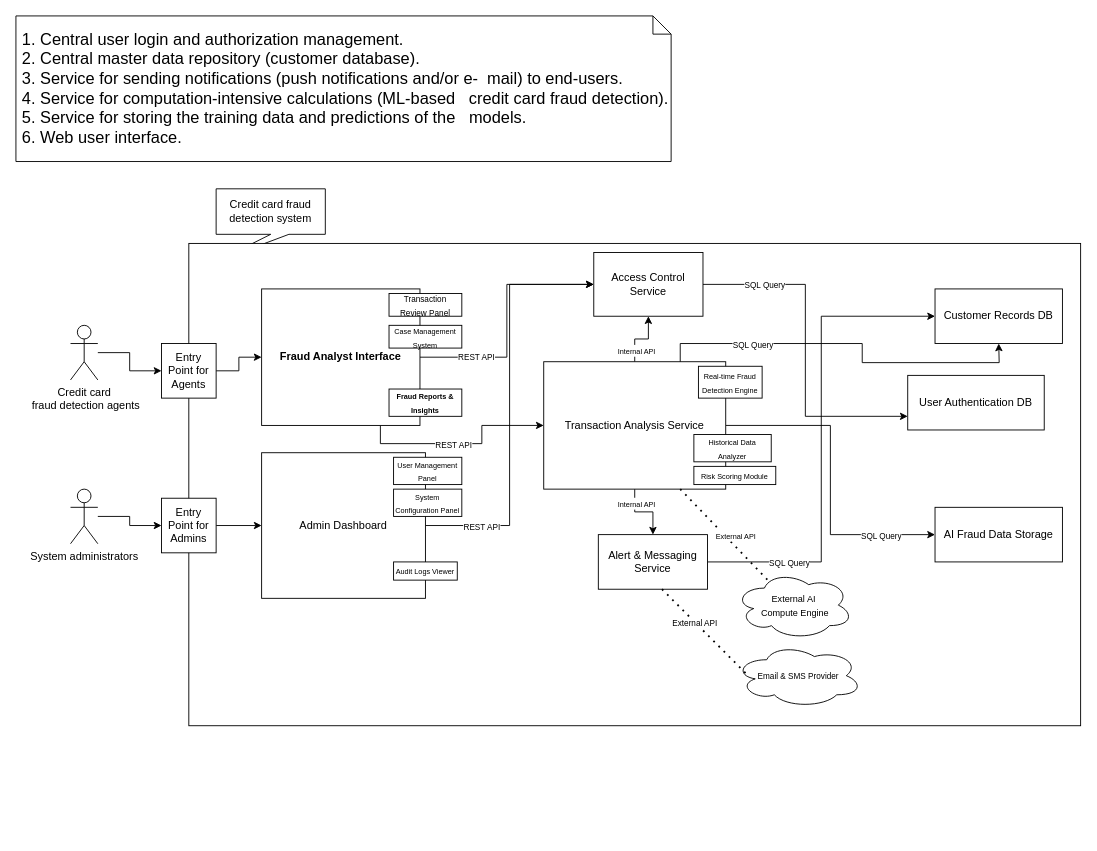
Before: Distributed Systems Architecture.drawio in Faisal-Khan123/Distributed-Systems-Architecture, a draw.io diagram. Source tidied: cells renumbered, new cells numbered last; positions are measured from the earlier drawing's top-left corner, leaving out a move shared by most shapes. Both pictures are drawn from the tidied source at 91%, with x=0, y=0 at pixel (15, 15).
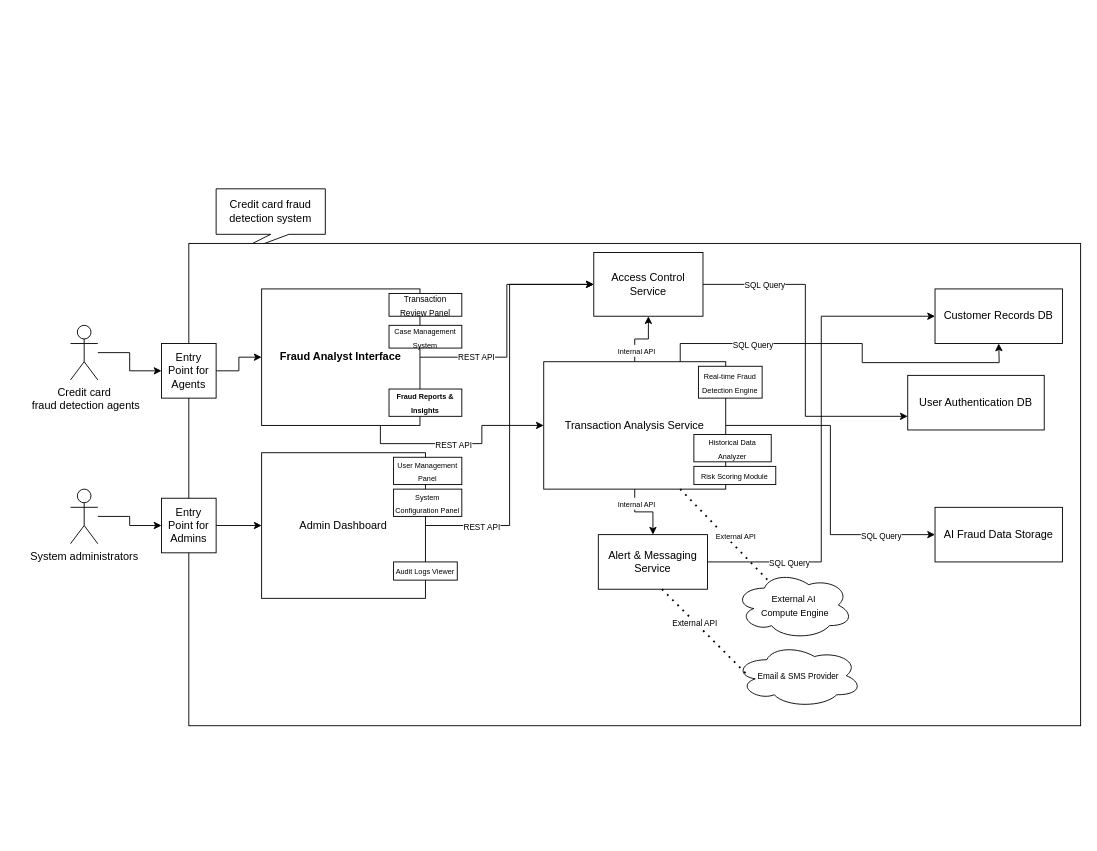
Above is the later version.

The edit, as a diff of the source:
```diff
@@
-    <mxCell id="12" value="&lt;div style=&quot;text-align: justify;&quot;&gt;&lt;font face=&quot;Helvetica&quot; style=&quot;font-size: 18px;&quot;&gt;&amp;nbsp;1. Central user login and authorization management.&lt;/font&gt;&lt;/div&gt;&lt;div style=&quot;text-align: justify;&quot;&gt;&lt;font style=&quot;font-size: 18px;&quot; face=&quot;Helvetica&quot;&gt;&amp;nbsp;2. Central master data repository (customer database).&lt;/font&gt;&lt;/div&gt;&lt;div style=&quot;text-align: justify;&quot;&gt;&lt;font style=&quot;font-size: 18px;&quot; face=&quot;Helvetica&quot;&gt;&amp;nbsp;3. Service for sending notifications (push notifications and/or e-&amp;nbsp; mail) to end-users.&lt;/font&gt;&lt;/div&gt;&lt;div style=&quot;text-align: justify;&quot;&gt;&lt;font style=&quot;font-size: 18px;&quot; face=&quot;Helvetica&quot;&gt;&amp;nbsp;4. Service for computation-intensive calculations (ML-based&amp;nbsp; &amp;nbsp;credit card fraud detection).&lt;/font&gt;&lt;/div&gt;&lt;div style=&quot;text-align: justify;&quot;&gt;&lt;font style=&quot;font-size: 18px;&quot; face=&quot;Helvetica&quot;&gt;&amp;nbsp;5. Service for storing the training data and predictions of the&amp;nbsp; &amp;nbsp;models.&lt;/font&gt;&lt;/div&gt;&lt;div style=&quot;text-align: justify;&quot;&gt;&lt;font style=&quot;font-size: 18px;&quot; face=&quot;Helvetica&quot;&gt;&amp;nbsp;6. Web user interface.&lt;/font&gt;&lt;/div&gt;" style="shape=note;size=20;whiteSpace=wrap;html=1;align=left;" parent="1" vertex="1">
-      <mxGeometry width="720" height="160" as="geometry" />
-    </mxCell>
```
